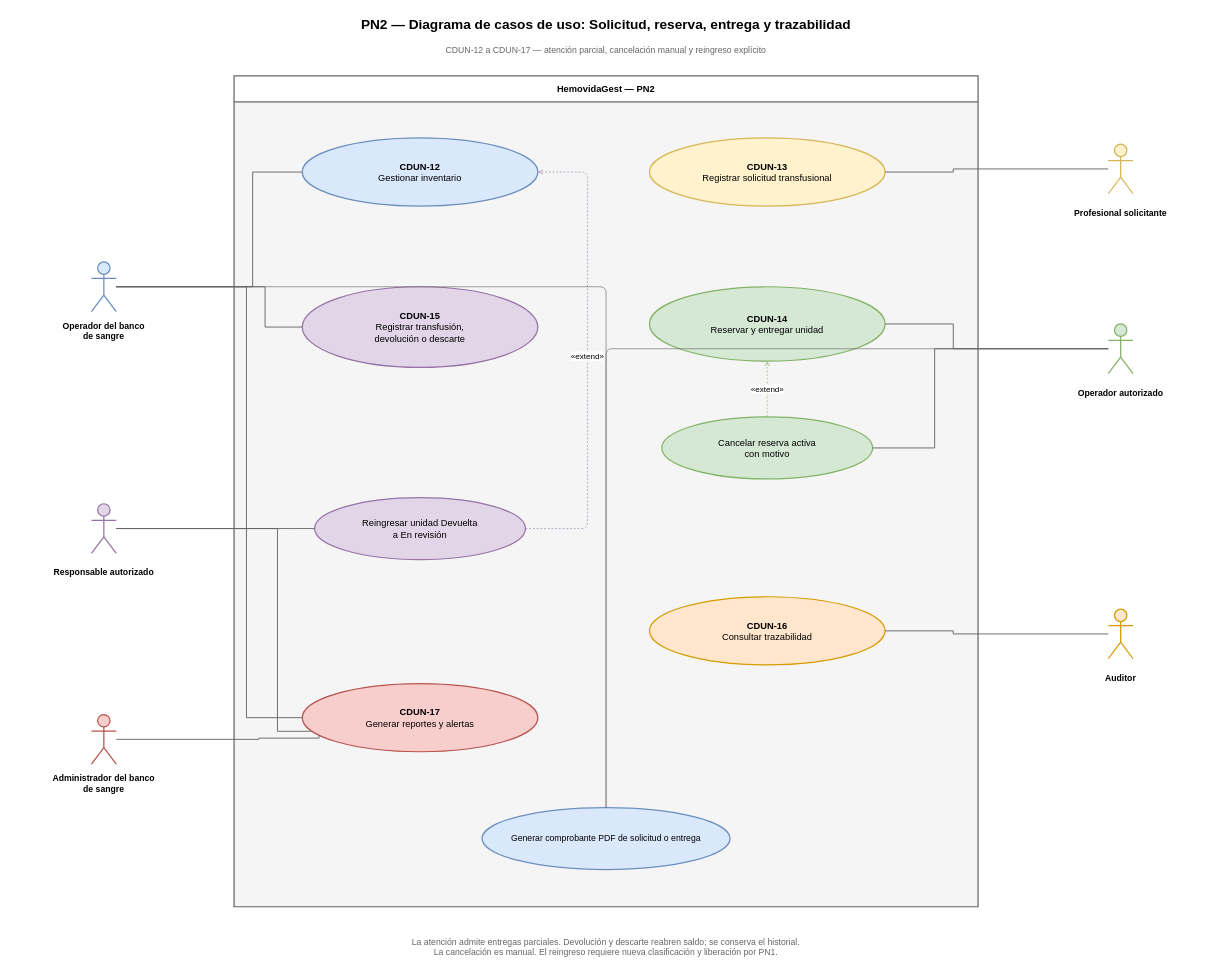
This is Diagramas/Casos de Uso/PN2 - CDU-12 a CDU-17 - Casos de uso.drawio from juanNH/Ingenieria-de-Software, a draw.io file, before an edit. Source tidied: cells renumbered, new cells numbered last; positions are measured from the earlier drawing's top-left corner, leaving out a move shared by most shapes. Both pictures are drawn from the tidied source at 62%, with x=0, y=0 at pixel (11, 11).
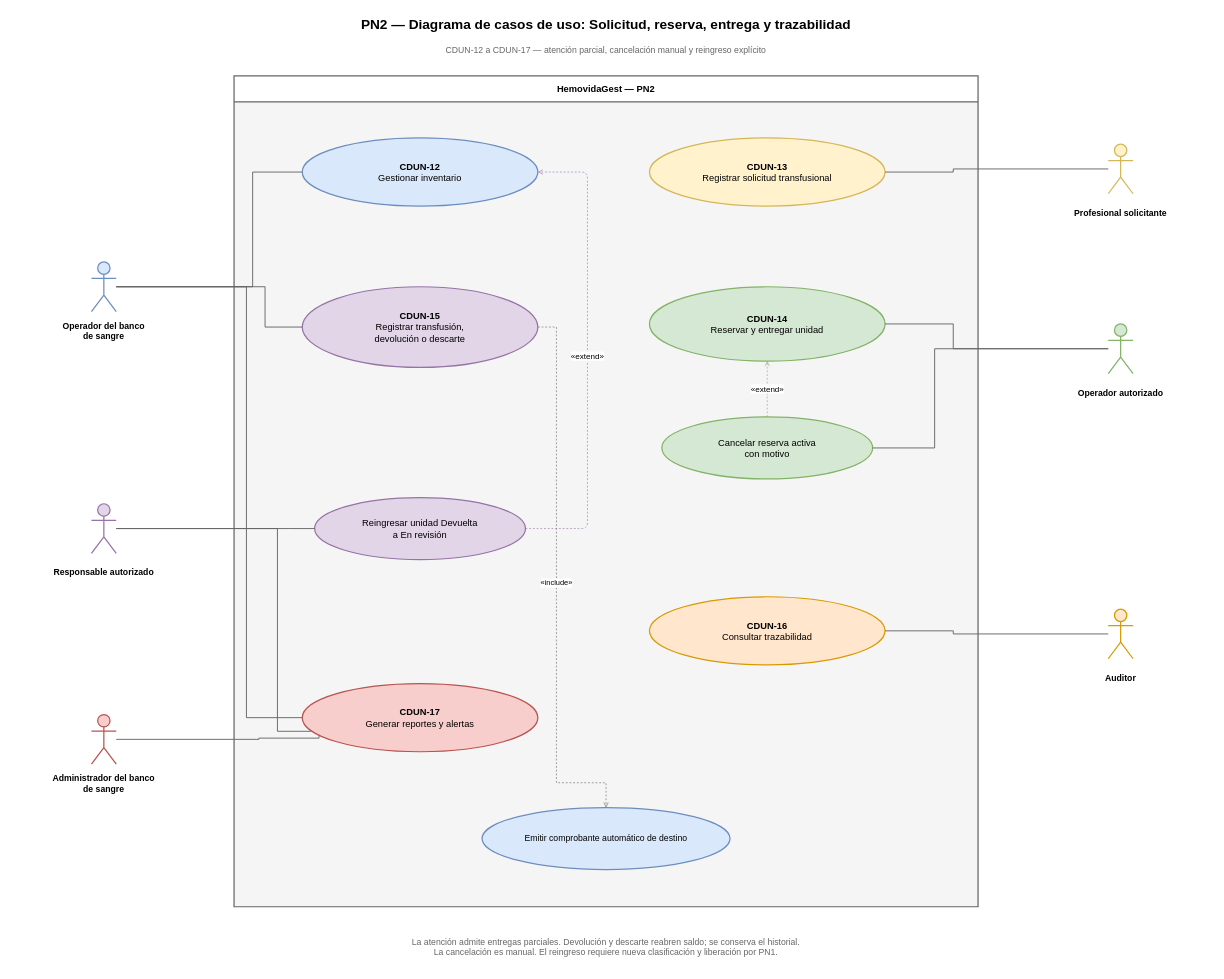
Above is the later version.

The change refers to these unchanged cells:
```xml
<mxCell id="8" value="&lt;b&gt;CDUN-15&lt;/b&gt;&lt;br&gt;Registrar transfusión,&lt;br&gt;devolución o descarte" style="ellipse;whiteSpace=wrap;html=1;fillColor=#e1d5e7;strokeColor=#9673a6;strokeWidth=2;fontFamily=Arial;fontSize=15;align=center;verticalAlign=middle;" parent="1" vertex="1">
  <mxGeometry x="470" y="445" width="380" height="130" as="geometry" />
</mxCell>
<mxCell id="13" style="shape=umlActor;html=1;fillColor=#dae8fc;strokeColor=#6c8ebf;strokeWidth=2;" parent="1" vertex="1">
  <mxGeometry x="130" y="405" width="40" height="80" as="geometry" />
</mxCell>
<mxCell id="17" style="shape=umlActor;html=1;fillColor=#d5e8d4;strokeColor=#82b366;strokeWidth=2;" parent="1" vertex="1">
  <mxGeometry x="1770" y="505" width="40" height="80" as="geometry" />
</mxCell>
```

Diff of the diagram source:
```diff
@@
-    <mxCell id="38" value="Generar comprobante PDF de solicitud o entrega" style="ellipse;whiteSpace=wrap;html=1;fillColor=#dae8fc;strokeColor=#6c8ebf;strokeWidth=2;fontSize=14;" parent="1" vertex="1">
+    <mxCell id="38" value="Emitir comprobante automático de destino" style="ellipse;whiteSpace=wrap;html=1;fillColor=#dae8fc;strokeColor=#6c8ebf;strokeWidth=2;fontSize=14;" parent="1" vertex="1">
       <mxGeometry x="760" y="1285" width="400" height="100" as="geometry" />
     </mxCell>
-    <mxCell id="39" style="edgeStyle=orthogonalEdgeStyle;endArrow=none;strokeColor=#666666;" parent="1" edge="1" source="17" target="38">
-      <mxGeometry relative="1" as="geometry" />
-    </mxCell>
-    <mxCell id="40" style="edgeStyle=orthogonalEdgeStyle;endArrow=none;strokeColor=#666666;" parent="1" edge="1" source="13" target="38">
-      <mxGeometry relative="1" as="geometry" />
+    <mxCell id="40" value="«include»" style="edgeStyle=orthogonalEdgeStyle;rounded=0;html=1;endArrow=open;dashed=1;fontSize=12;strokeColor=#666666;exitX=1;exitY=0.5;entryX=0.5;entryY=0;" parent="1" edge="1" source="8" target="38">
+      <mxGeometry relative="1" as="geometry">
+        <Array as="points">
+          <mxPoint x="880" y="510" />
+          <mxPoint x="880" y="1245" />
+          <mxPoint x="960" y="1245" />
+        </Array>
+      </mxGeometry>
     </mxCell>
```
